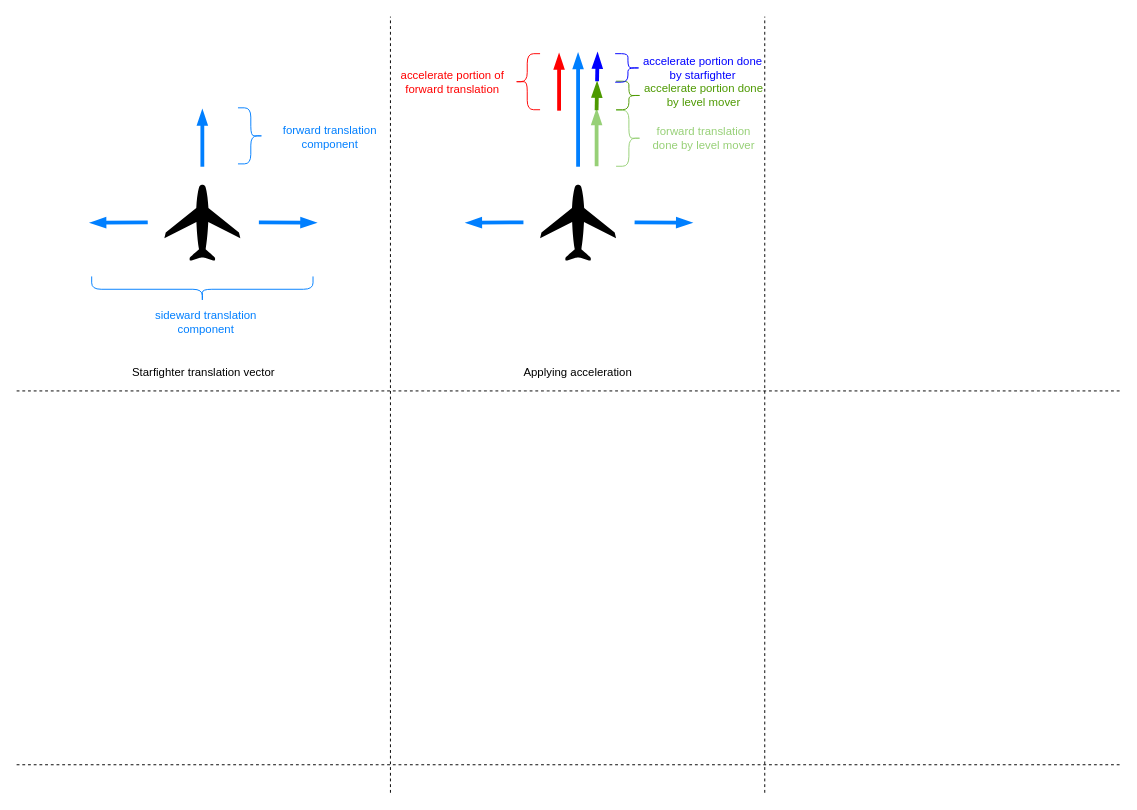
The draw.io diagram page "Starfighter translation vector" (1 of 2) of Resources/Starfighter motion.drawio.xml in nsiomos/3dCorridor, before the edit. Source tidied: cells renumbered, new cells numbered last; positions are measured from the earlier drawing's top-left corner, leaving out a move shared by most shapes. Both pictures are drawn from the tidied source at 95%, with x=0, y=0 at pixel (16, 16).
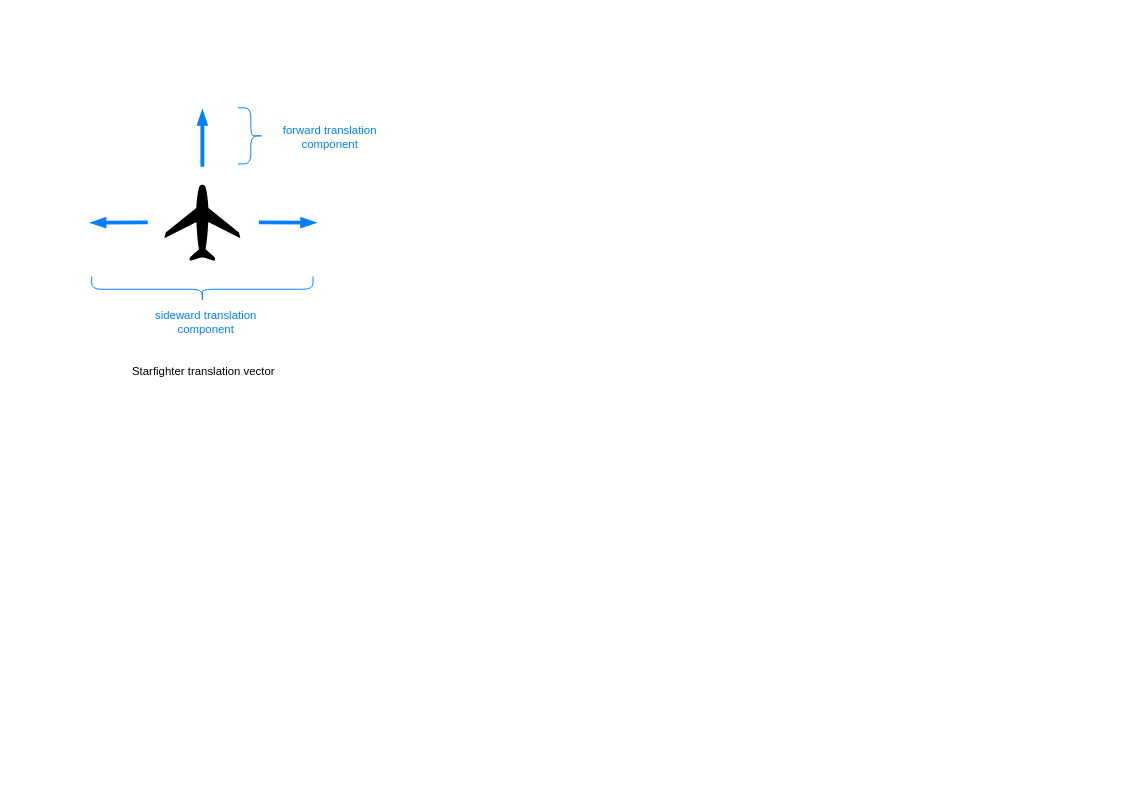
After the change.

Change to the diagram source:
```diff
@@
-    <mxCell id="10" style="endArrow=none;dashed=1;html=1;" parent="1" edge="1">
-      <mxGeometry relative="1" as="geometry">
-        <mxPoint x="393.5" y="817" as="sourcePoint" />
-        <mxPoint x="393.5" as="targetPoint" />
-      </mxGeometry>
-    </mxCell>
-    <mxCell id="11" style="endArrow=none;dashed=1;html=1;" parent="1" edge="1">
-      <mxGeometry relative="1" as="geometry">
-        <mxPoint x="787.5" y="817" as="sourcePoint" />
-        <mxPoint x="787.5" as="targetPoint" />
-      </mxGeometry>
-    </mxCell>
-    <mxCell id="12" style="endArrow=none;dashed=1;html=1;" parent="1" edge="1">
-      <mxGeometry relative="1" as="geometry">
-        <mxPoint x="1161" y="394" as="sourcePoint" />
-        <mxPoint y="394" as="targetPoint" />
-      </mxGeometry>
-    </mxCell>
-    <mxCell id="13" style="endArrow=none;dashed=1;html=1;" parent="1" edge="1">
-      <mxGeometry relative="1" as="geometry">
-        <mxPoint x="1161" y="787.5" as="sourcePoint" />
-        <mxPoint y="787.5" as="targetPoint" />
-      </mxGeometry>
-    </mxCell>
-    <mxCell id="14" style="endArrow=blockThin;html=1;strokeColor=#007FFF;strokeWidth=4;endFill=1;shadow=0;comic=0;" parent="1" edge="1">
-      <mxGeometry relative="1" as="geometry">
-        <mxPoint x="591" y="158" as="sourcePoint" />
-        <mxPoint x="591" y="39" as="targetPoint" />
-      </mxGeometry>
-    </mxCell>
-    <mxCell id="15" style="shape=mxgraph.signs.transportation.airplane_5;html=1;fillColor=#000000;strokeColor=none;verticalLabelPosition=bottom;verticalAlign=top;align=center;" parent="1" vertex="1">
-      <mxGeometry x="551" y="177" width="80" height="80" as="geometry" />
-    </mxCell>
-    <mxCell id="16" style="endArrow=blockThin;html=1;strokeColor=#007FFF;strokeWidth=4;endFill=1;" parent="1" edge="1">
-      <mxGeometry relative="1" as="geometry">
-        <mxPoint x="650.5" y="216.5" as="sourcePoint" />
-        <mxPoint x="710.5" y="217" as="targetPoint" />
-      </mxGeometry>
-    </mxCell>
-    <mxCell id="17" style="endArrow=blockThin;html=1;strokeColor=#007FFF;strokeWidth=4;endFill=1;" parent="1" edge="1">
-      <mxGeometry relative="1" as="geometry">
-        <mxPoint x="533.5" y="216.5" as="sourcePoint" />
-        <mxPoint x="473.5" y="217" as="targetPoint" />
-      </mxGeometry>
-    </mxCell>
     <mxCell id="18" value="&lt;font color=&quot;#000000&quot;&gt;Starfighter translation vector&lt;/font&gt;" style="text;html=1;strokeColor=none;fillColor=none;align=center;verticalAlign=middle;whiteSpace=wrap;rounded=0;fontColor=#007FFF;" parent="1" vertex="1">
-      <mxGeometry y="355" width="394" height="40" as="geometry" />
+      <mxGeometry x="10" y="364" width="374" height="20" as="geometry" />
     </mxCell>
-    <mxCell id="19" value="&lt;font color=&quot;#000000&quot;&gt;Applying acceleration&lt;/font&gt;" style="text;html=1;strokeColor=none;fillColor=none;align=center;verticalAlign=middle;whiteSpace=wrap;rounded=0;fontColor=#007FFF;" parent="1" vertex="1">
-      <mxGeometry x="394" y="355" width="394" height="40" as="geometry" />
-    </mxCell>
-    <mxCell id="20" style="endArrow=blockThin;html=1;strokeColor=#FF0000;strokeWidth=4;endFill=1;shadow=0;comic=0;" parent="1" edge="1">
-      <mxGeometry relative="1" as="geometry">
-        <mxPoint x="571" y="99" as="sourcePoint" />
-        <mxPoint x="571" y="39.5" as="targetPoint" />
-      </mxGeometry>
-    </mxCell>
-    <mxCell id="21" style="shape=curlyBracket;whiteSpace=wrap;html=1;rounded=1;rotation=0;fontColor=#007FFF;strokeColor=#FF0000;" parent="1" vertex="1">
-      <mxGeometry x="524" y="39" width="27" height="59" as="geometry" />
-    </mxCell>
-    <mxCell id="22" value="&lt;font color=&quot;#ff0000&quot;&gt;accelerate portion of forward translation&lt;/font&gt;" style="text;html=1;strokeColor=none;fillColor=none;align=center;verticalAlign=middle;whiteSpace=wrap;rounded=0;fontColor=#007FFF;" parent="1" vertex="1">
-      <mxGeometry x="394" y="49" width="130" height="40" as="geometry" />
-    </mxCell>
-    <mxCell id="23" style="endArrow=blockThin;html=1;strokeColor=#97D077;strokeWidth=4;endFill=1;shadow=0;comic=0;" parent="1" edge="1">
-      <mxGeometry relative="1" as="geometry">
-        <mxPoint x="610.5" y="157.5" as="sourcePoint" />
-        <mxPoint x="610.5" y="98" as="targetPoint" />
-      </mxGeometry>
-    </mxCell>
-    <mxCell id="24" style="shape=curlyBracket;whiteSpace=wrap;html=1;rounded=1;rotation=180;fontColor=#97D077;strokeColor=#97D077;" parent="1" vertex="1">
-      <mxGeometry x="631" y="98.5" width="27" height="59" as="geometry" />
-    </mxCell>
-    <mxCell id="25" value="forward translation done by level mover" style="text;html=1;strokeColor=none;fillColor=none;align=center;verticalAlign=middle;whiteSpace=wrap;rounded=0;fontColor=#97D077;" parent="1" vertex="1">
-      <mxGeometry x="659" y="108" width="129" height="40" as="geometry" />
-    </mxCell>
-    <mxCell id="26" style="endArrow=blockThin;html=1;strokeColor=#4D9900;strokeWidth=4;endFill=1;shadow=0;comic=0;" parent="1" edge="1">
-      <mxGeometry relative="1" as="geometry">
-        <mxPoint x="610.5" y="98.5" as="sourcePoint" />
-        <mxPoint x="611" y="69" as="targetPoint" />
-      </mxGeometry>
-    </mxCell>
-    <mxCell id="27" style="shape=curlyBracket;whiteSpace=wrap;html=1;rounded=1;rotation=180;fontColor=#97D077;strokeColor=#4D9900;" parent="1" vertex="1">
-      <mxGeometry x="631" y="68" width="27" height="30" as="geometry" />
-    </mxCell>
-    <mxCell id="28" value="accelerate portion done by level mover" style="text;html=1;strokeColor=none;fillColor=none;align=center;verticalAlign=middle;whiteSpace=wrap;rounded=0;fontColor=#4D9900;" parent="1" vertex="1">
-      <mxGeometry x="659" y="63" width="129" height="40" as="geometry" />
-    </mxCell>
-    <mxCell id="29" style="endArrow=blockThin;html=1;strokeColor=#0000FF;strokeWidth=4;endFill=1;shadow=0;comic=0;" parent="1" edge="1">
-      <mxGeometry relative="1" as="geometry">
-        <mxPoint x="611" y="68" as="sourcePoint" />
-        <mxPoint x="611.5" y="38.5" as="targetPoint" />
-      </mxGeometry>
-    </mxCell>
-    <mxCell id="30" style="shape=curlyBracket;whiteSpace=wrap;html=1;rounded=1;rotation=180;fontColor=#97D077;strokeColor=#0000FF;" parent="1" vertex="1">
-      <mxGeometry x="630" y="39" width="27" height="30" as="geometry" />
-    </mxCell>
-    <mxCell id="31" value="accelerate portion done by starfighter" style="text;html=1;strokeColor=none;fillColor=none;align=center;verticalAlign=middle;whiteSpace=wrap;rounded=0;fontColor=#0000FF;" parent="1" vertex="1">
-      <mxGeometry x="658" y="34" width="129" height="40" as="geometry" />
-    </mxCell>
```
